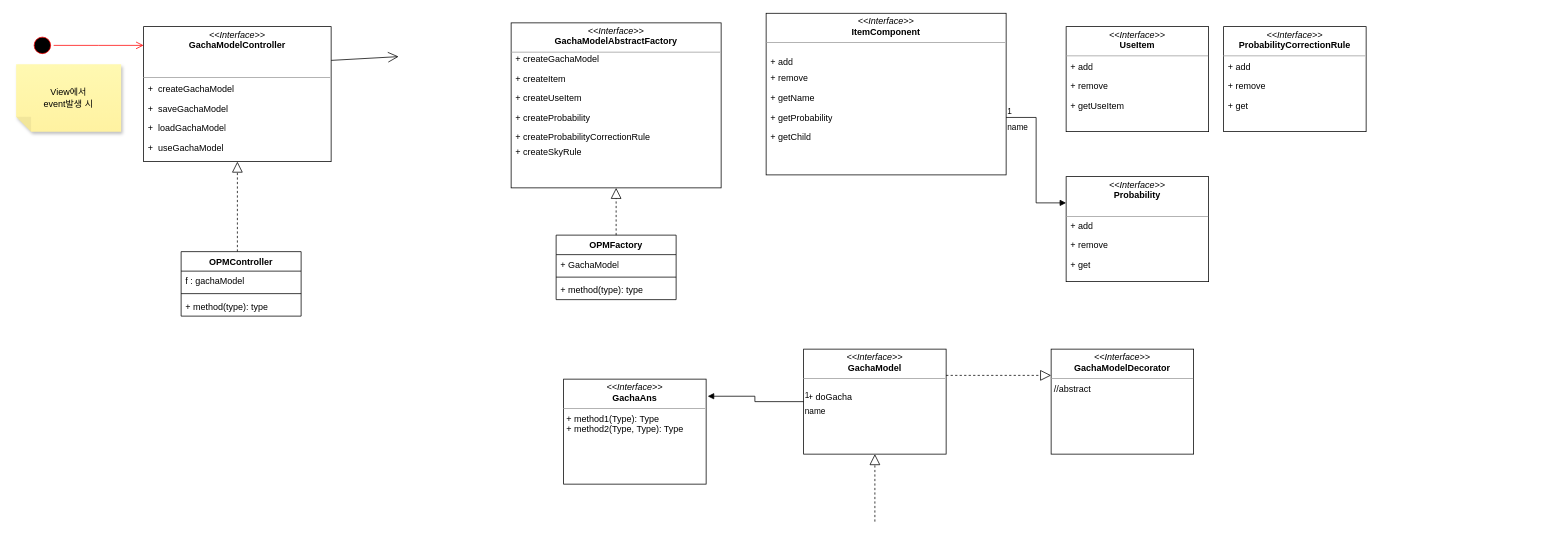
The draw.io diagram gachaV2.drawio in 20jcode/gachaV2, before the edit. Source tidied: cells renumbered, new cells numbered last; positions are measured from the earlier drawing's top-left corner, leaving out a move shared by most shapes. Both pictures are drawn from the tidied source at 75%, with x=0, y=0 at pixel (16, 13).
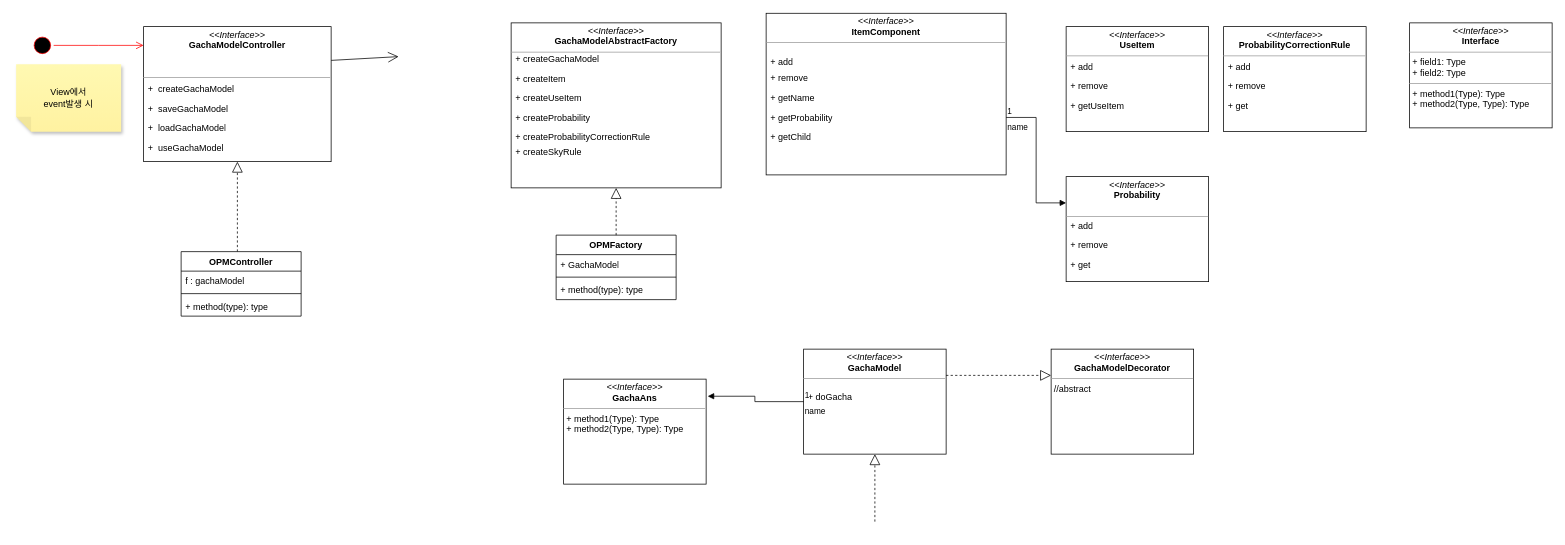
Above is the later version.

Change to the diagram source:
```diff
@@
+    <mxCell id="60" value="&lt;p style=&quot;margin:0px;margin-top:4px;text-align:center;&quot;&gt;&lt;i&gt;&amp;lt;&amp;lt;Interface&amp;gt;&amp;gt;&lt;/i&gt;&lt;br/&gt;&lt;b&gt;Interface&lt;/b&gt;&lt;/p&gt;&lt;hr size=&quot;1&quot;/&gt;&lt;p style=&quot;margin:0px;margin-left:4px;&quot;&gt;+ field1: Type&lt;br/&gt;+ field2: Type&lt;/p&gt;&lt;hr size=&quot;1&quot;/&gt;&lt;p style=&quot;margin:0px;margin-left:4px;&quot;&gt;+ method1(Type): Type&lt;br/&gt;+ method2(Type, Type): Type&lt;/p&gt;" style="verticalAlign=top;align=left;overflow=fill;fontSize=12;fontFamily=Helvetica;html=1;whiteSpace=wrap;" parent="1" vertex="1">
+      <mxGeometry x="1858" y="13" width="190" height="140" as="geometry" />
+    </mxCell>
```
